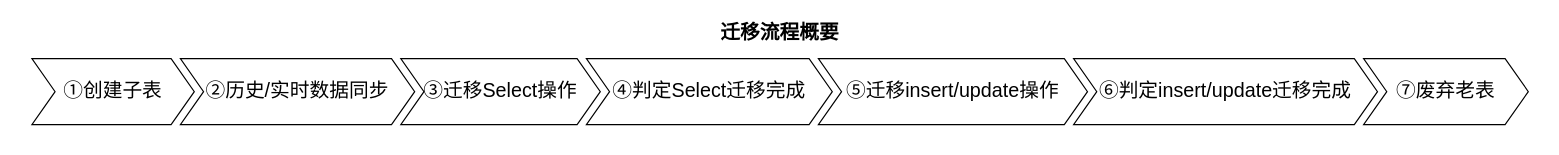
This is page "第 11 页" (11 of 14) of wiz/WIZ-数据.drawio from smileLuckBoy/drowio, a draw.io file, before an edit. Source tidied: cells renumbered, new cells numbered last; positions are measured from the earlier drawing's top-left corner, leaving out a move shared by most shapes. Both pictures are drawn from the tidied source at 116%, with x=0, y=0 at pixel (20, 20).
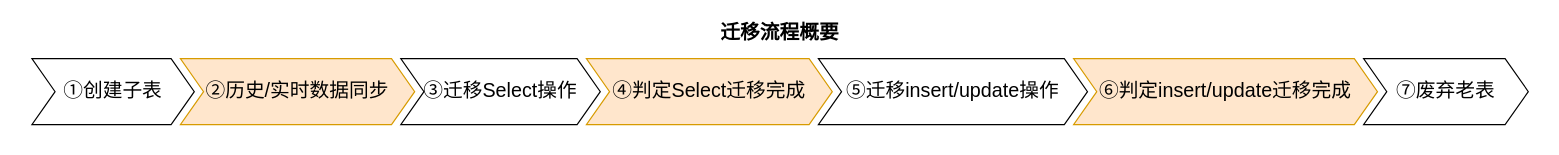
After the change.

What changed in the source:
```diff
@@
 <mxGraphModel>
   <root>
     <mxCell id="0" />
     <mxCell id="1" parent="0" />
     <mxCell id="2" value="迁移流程概要" style="swimlane;horizontal=1;fillColor=none;strokeColor=none;stackBorder=10;align=center;whiteSpace=wrap;html=1;fontSize=17;fontColor=#000000;" parent="1" vertex="1">
       <mxGeometry width="1310" height="100" as="geometry" />
     </mxCell>
     <mxCell id="3" value="①创建子表" style="shape=step;perimeter=stepPerimeter;fixedSize=1;whiteSpace=wrap;html=1;fontSize=17;fontColor=#000000;" parent="2" vertex="1">
       <mxGeometry x="10" y="33" width="140" height="57" as="geometry" />
     </mxCell>
-    <mxCell id="4" value="②历史/实时数据同步" style="shape=step;perimeter=stepPerimeter;fixedSize=1;whiteSpace=wrap;html=1;fontSize=17;fontColor=#000000;" parent="2" vertex="1">
+    <mxCell id="4" value="②历史/实时数据同步" style="shape=step;perimeter=stepPerimeter;fixedSize=1;whiteSpace=wrap;html=1;fontSize=17;fillColor=#ffe6cc;strokeColor=#d79b00;" parent="2" vertex="1">
       <mxGeometry x="138" y="33" width="202" height="57" as="geometry" />
     </mxCell>
     <mxCell id="5" value="③迁移Select操作" style="shape=step;perimeter=stepPerimeter;fixedSize=1;whiteSpace=wrap;html=1;fontSize=17;fontColor=#000000;" parent="2" vertex="1">
       <mxGeometry x="328" y="33" width="172" height="57" as="geometry" />
     </mxCell>
-    <mxCell id="6" value="④判定Select迁移完成" style="shape=step;perimeter=stepPerimeter;fixedSize=1;whiteSpace=wrap;html=1;fontSize=17;fontColor=#000000;" parent="2" vertex="1">
+    <mxCell id="6" value="④判定Select迁移完成" style="shape=step;perimeter=stepPerimeter;fixedSize=1;whiteSpace=wrap;html=1;fontSize=17;fillColor=#ffe6cc;strokeColor=#d79b00;" parent="2" vertex="1">
       <mxGeometry x="488" y="33" width="212" height="57" as="geometry" />
     </mxCell>
     <mxCell id="7" value="⑤迁移insert/update操作" style="shape=step;perimeter=stepPerimeter;fixedSize=1;whiteSpace=wrap;html=1;fontSize=17;fontColor=#000000;" parent="2" vertex="1">
       <mxGeometry x="688" y="33" width="232" height="57" as="geometry" />
     </mxCell>
-    <mxCell id="8" value="⑥判定insert/update迁移完成" style="shape=step;perimeter=stepPerimeter;fixedSize=1;whiteSpace=wrap;html=1;fontSize=17;fontColor=#000000;" parent="2" vertex="1">
+    <mxCell id="8" value="⑥判定insert/update迁移完成" style="shape=step;perimeter=stepPerimeter;fixedSize=1;whiteSpace=wrap;html=1;fontSize=17;fillColor=#ffe6cc;strokeColor=#d79b00;" parent="2" vertex="1">
       <mxGeometry x="908" y="33" width="262" height="57" as="geometry" />
     </mxCell>
     <mxCell id="9" value="⑦废弃老表" style="shape=step;perimeter=stepPerimeter;fixedSize=1;whiteSpace=wrap;html=1;fontSize=17;fontColor=#000000;" parent="2" vertex="1">
       <mxGeometry x="1158" y="33" width="142" height="57" as="geometry" />
     </mxCell>
   </root>
 </mxGraphModel>
```
